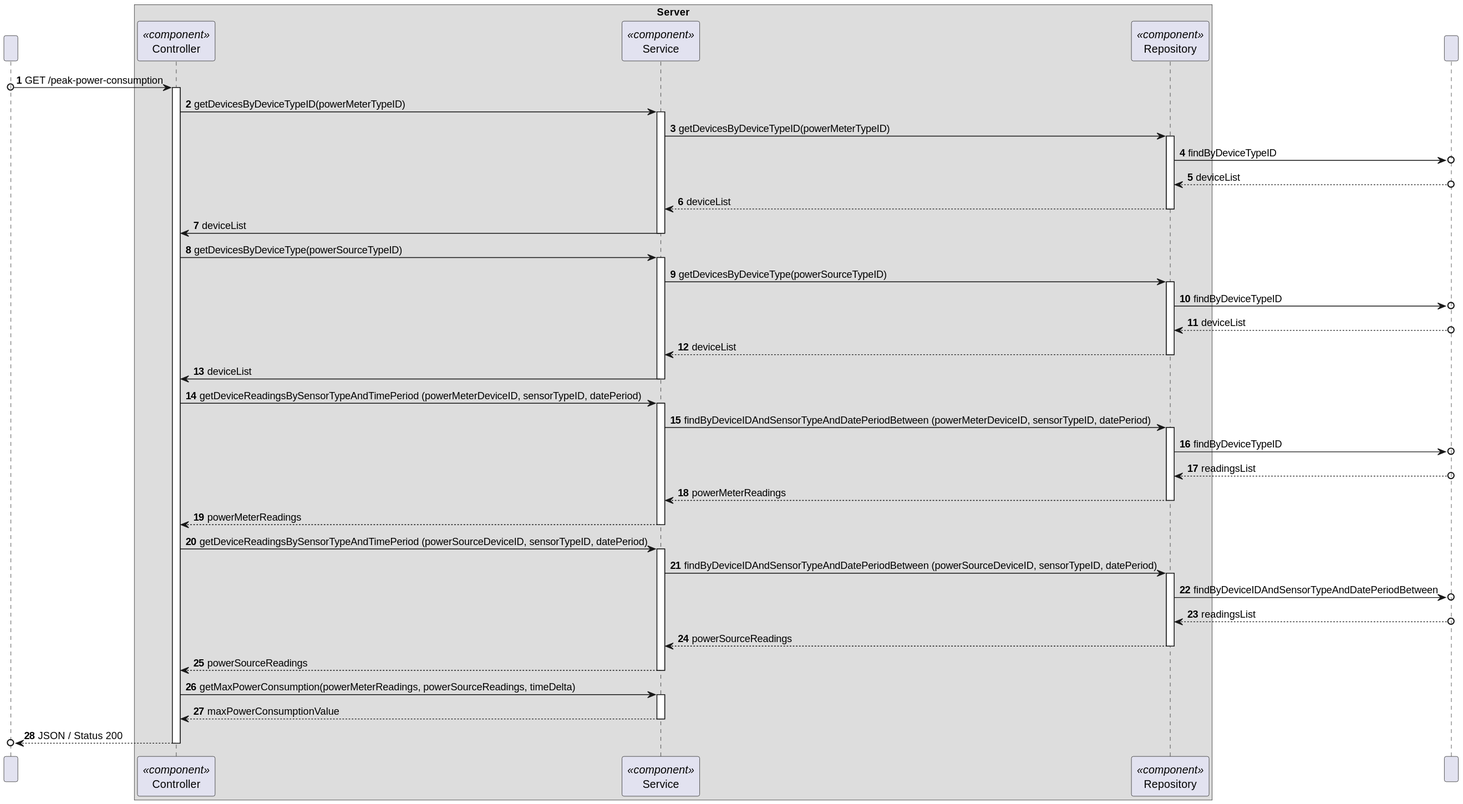
The PlantUML diagram docs/C4_4plus1_models/Level4/ProcessView/ProcessViewLevel4_UC14_v1.svg in moutajDev/smarthome, before a commit.
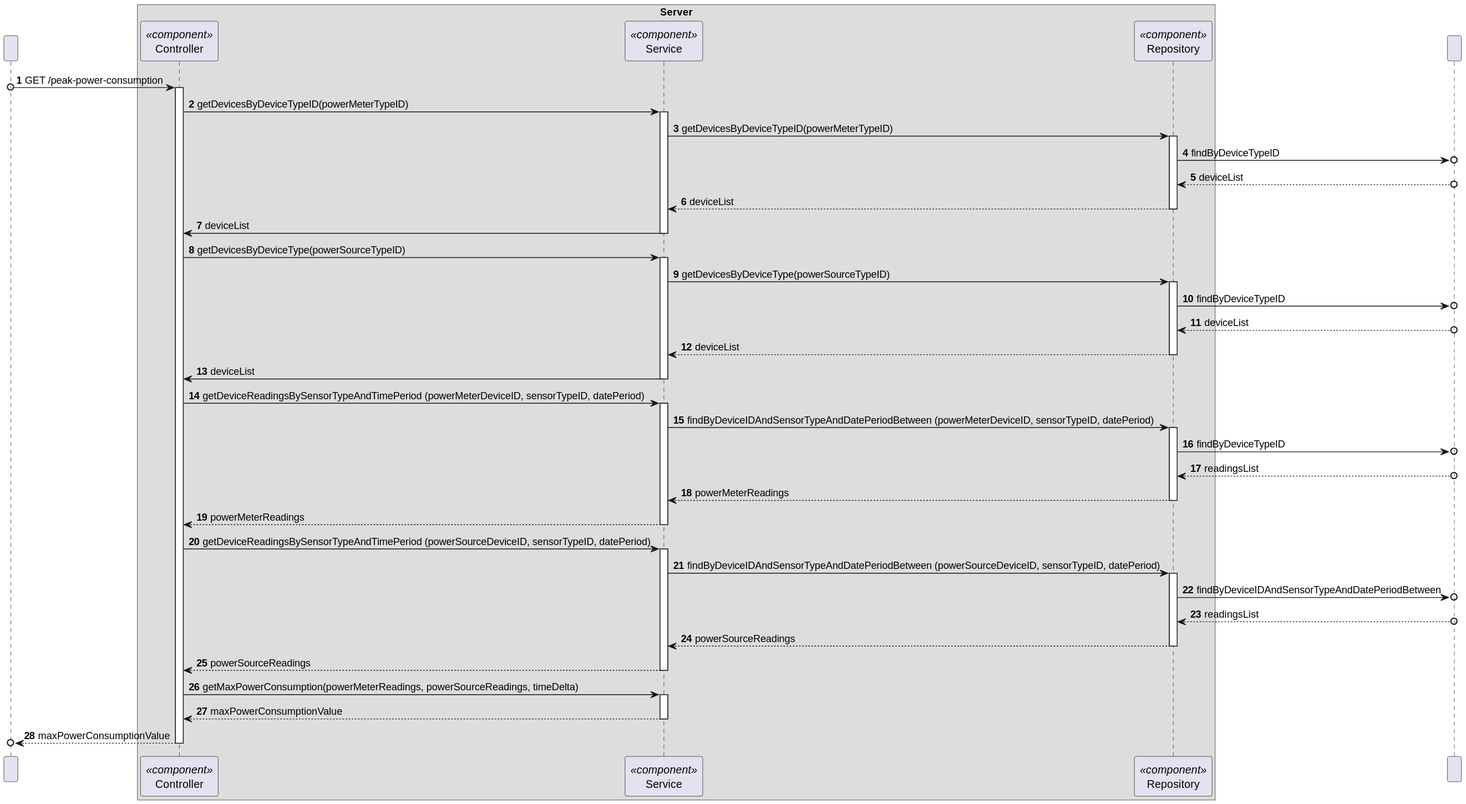
The same file after the commit.

What changed in the source:
```diff
@@ -109,7 +109,7 @@
 
 deactivate Service
 
-Controller -->o HTTP: JSON / Status 200
+Controller -->o HTTP: maxPowerConsumptionValue
 
 deactivate Controller
 @enduml
```
